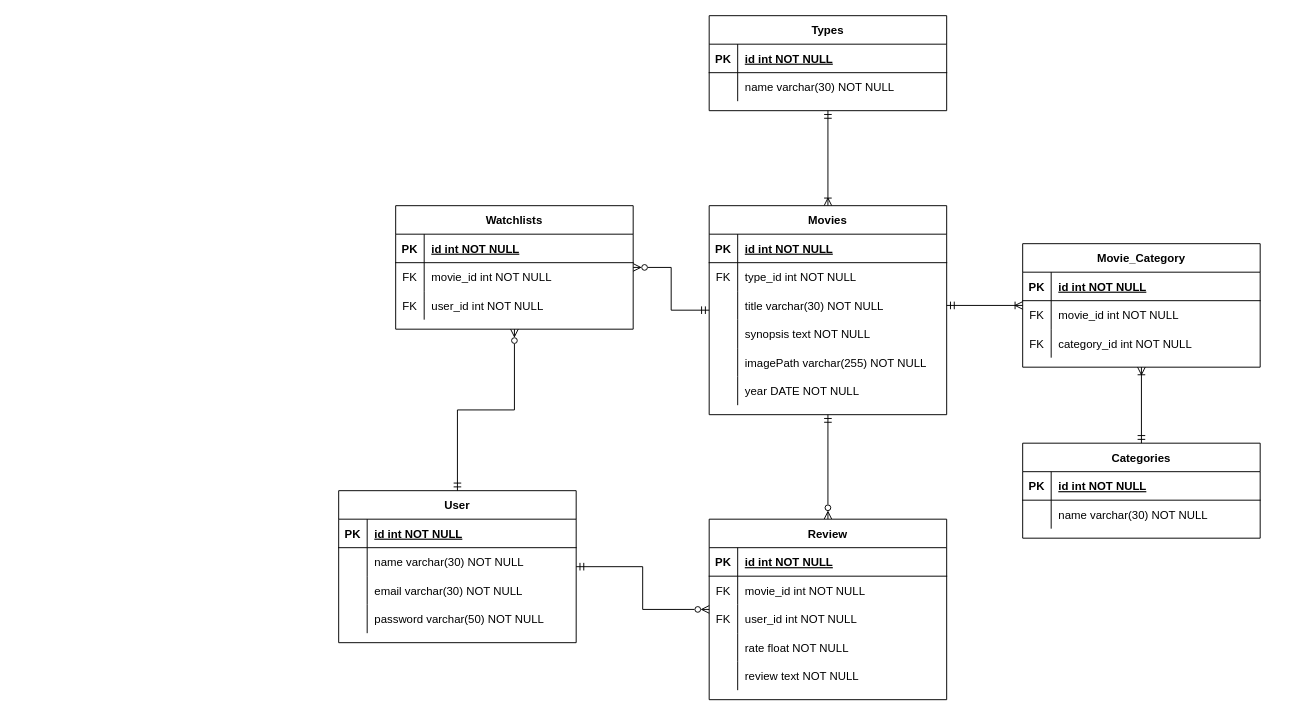
This is ERD.drawio from ardi23892/portal-film-lec, a draw.io file, before an edit. Source tidied: cells renumbered, new cells numbered last; positions are measured from the earlier drawing's top-left corner, leaving out a move shared by most shapes. Both pictures are drawn from the tidied source at 95%, with x=0, y=0 at pixel (338, 15).
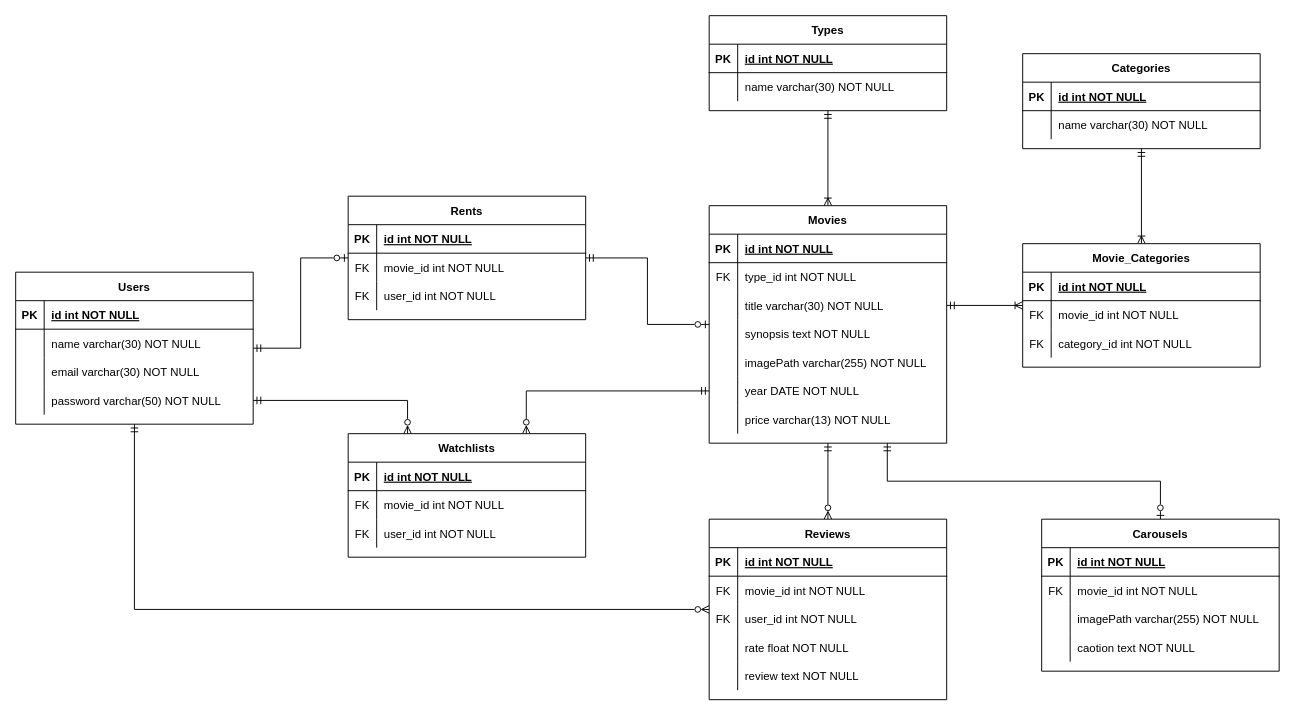
The same diagram, later.

The change refers to these unchanged cells:
```xml
<mxCell id="26" style="shape=partialRectangle;fillColor=none;top=0;left=0;bottom=0;right=0;points=[[0,0.5],[1,0.5]];portConstraint=eastwest;" parent="10" vertex="1">
  <mxGeometry y="180" width="250" height="30" as="geometry" />
</mxCell>
<mxCell id="58" style="shape=partialRectangle;fillColor=none;top=0;left=0;bottom=0;right=0;points=[[0,0.5],[1,0.5]];portConstraint=eastwest;" parent="48" vertex="1">
  <mxGeometry y="120" width="250" height="30" as="geometry" />
</mxCell>
```

Diff of the diagram source:
```diff
@@
     <mxCell id="2" value="Categories" style="shape=table;startSize=30;childLayout=tableLayout;rowLines=0;fontStyle=1;align=center;" parent="1" vertex="1">
-      <mxGeometry x="720" y="450" width="250" height="100" as="geometry" />
+      <mxGeometry x="720" y="40" width="250" height="100" as="geometry" />
     </mxCell>
@@
+    <mxCell id="91" style="edgeStyle=orthogonalEdgeStyle;rounded=0;jettySize=auto;html=1;startArrow=ERzeroToOne;startFill=0;endArrow=ERmandOne;endFill=0;" parent="1" edge="1" source="10" target="110">
+      <mxGeometry relative="1" as="geometry" />
+    </mxCell>
     <mxCell id="10" value="Movies" style="shape=table;startSize=30;childLayout=tableLayout;rowLines=0;fontStyle=1;align=center;" parent="1" vertex="1">
-      <mxGeometry x="390" y="200" width="250" height="220" as="geometry" />
+      <mxGeometry x="390" y="200" width="250" height="250" as="geometry" />
     </mxCell>
@@
+    <mxCell id="92" style="shape=partialRectangle;fillColor=none;top=0;left=0;bottom=0;right=0;" parent="10" vertex="1">
+      <mxGeometry y="210" width="250" height="30" as="geometry" />
+    </mxCell>
+    <mxCell id="93" style="shape=partialRectangle;fillColor=none;top=0;left=0;bottom=0;right=0;overflow=hidden;" parent="92" vertex="1">
+      <mxGeometry width="30" height="30" as="geometry" />
+    </mxCell>
+    <mxCell id="94" value="price varchar(13) NOT NULL" style="shape=partialRectangle;fillColor=none;top=0;left=0;bottom=0;right=0;align=left;spacingLeft=6;overflow=hidden;" parent="92" vertex="1">
+      <mxGeometry x="30" width="220" height="30" as="geometry" />
+    </mxCell>
@@
-    <mxCell id="38" value="Movie_Category" style="shape=table;startSize=30;childLayout=tableLayout;rowLines=0;fontStyle=1;align=center;" parent="1" vertex="1">
+    <mxCell id="38" value="Movie_Categories" style="shape=table;startSize=30;childLayout=tableLayout;rowLines=0;fontStyle=1;align=center;" parent="1" vertex="1">
       <mxGeometry x="720" y="240" width="250" height="130" as="geometry" />
     </mxCell>
@@
-    <mxCell id="48" value="User" style="shape=table;startSize=30;childLayout=tableLayout;rowLines=0;fontStyle=1;align=center;" parent="1" vertex="1">
-      <mxGeometry y="500" width="250" height="160" as="geometry" />
+    <mxCell id="48" value="Users" style="shape=table;startSize=30;childLayout=tableLayout;rowLines=0;fontStyle=1;align=center;" parent="1" vertex="1">
+      <mxGeometry x="-340" y="270" width="250" height="160" as="geometry" />
     </mxCell>
@@
-    <mxCell id="61" style="edgeStyle=orthogonalEdgeStyle;rounded=0;jettySize=auto;html=1;startArrow=ERzeroToMany;startFill=0;endArrow=ERmandOne;endFill=0;" parent="1" edge="1" source="63" target="10">
+    <mxCell id="61" style="edgeStyle=orthogonalEdgeStyle;rounded=0;jettySize=auto;html=1;startArrow=ERzeroToMany;startFill=0;endArrow=ERmandOne;endFill=0;entryX=0;entryY=0.5;entryDx=0;entryDy=0;exitX=0.75;exitY=0;exitDx=0;exitDy=0;" parent="1" edge="1" source="63" target="26">
       <mxGeometry relative="1" as="geometry" />
     </mxCell>
-    <mxCell id="62" style="edgeStyle=orthogonalEdgeStyle;rounded=0;jettySize=auto;html=1;startArrow=ERzeroToMany;startFill=0;endArrow=ERmandOne;endFill=0;" parent="1" edge="1" source="63" target="48">
+    <mxCell id="62" style="edgeStyle=orthogonalEdgeStyle;rounded=0;jettySize=auto;html=1;startArrow=ERzeroToMany;startFill=0;endArrow=ERmandOne;endFill=0;entryX=1;entryY=0.5;entryDx=0;entryDy=0;exitX=0.25;exitY=0;exitDx=0;exitDy=0;" parent="1" edge="1" source="63" target="58">
       <mxGeometry relative="1" as="geometry" />
     </mxCell>
     <mxCell id="63" value="Watchlists" style="shape=table;startSize=30;childLayout=tableLayout;rowLines=0;fontStyle=1;align=center;" parent="1" vertex="1">
-      <mxGeometry x="60" y="200" width="250" height="130" as="geometry" />
+      <mxGeometry x="10" y="440" width="250" height="130" as="geometry" />
     </mxCell>
@@
-    <mxCell id="75" value="Review" style="shape=table;startSize=30;childLayout=tableLayout;rowLines=0;fontStyle=1;align=center;" parent="1" vertex="1">
+    <mxCell id="75" value="Reviews" style="shape=table;startSize=30;childLayout=tableLayout;rowLines=0;fontStyle=1;align=center;" parent="1" vertex="1">
       <mxGeometry x="390" y="530" width="250" height="190" as="geometry" />
     </mxCell>
@@
+    <mxCell id="95" style="edgeStyle=orthogonalEdgeStyle;rounded=0;jettySize=auto;html=1;startArrow=ERzeroToOne;startFill=0;endArrow=ERmandOne;endFill=0;entryX=0.75;entryY=1;entryDx=0;entryDy=0;exitX=0.5;exitY=0;exitDx=0;exitDy=0;" parent="1" edge="1" source="96" target="10">
+      <mxGeometry relative="1" as="geometry" />
+    </mxCell>
+    <mxCell id="96" value="Carousels" style="shape=table;startSize=30;childLayout=tableLayout;rowLines=0;fontStyle=1;align=center;" parent="1" vertex="1">
+      <mxGeometry x="740" y="530" width="250" height="160" as="geometry" />
+    </mxCell>
+    <mxCell id="97" style="shape=partialRectangle;fillColor=none;top=0;left=0;right=0;bottom=1;" parent="96" vertex="1">
+      <mxGeometry y="30" width="250" height="30" as="geometry" />
+    </mxCell>
+    <mxCell id="98" value="PK" style="shape=partialRectangle;overflow=hidden;fillColor=none;top=0;left=0;bottom=0;right=0;fontStyle=1;" parent="97" vertex="1">
+      <mxGeometry width="30" height="30" as="geometry" />
+    </mxCell>
+    <mxCell id="99" value="id int NOT NULL " style="shape=partialRectangle;overflow=hidden;fillColor=none;top=0;left=0;bottom=0;right=0;align=left;spacingLeft=6;fontStyle=5;" parent="97" vertex="1">
+      <mxGeometry x="30" width="220" height="30" as="geometry" />
+    </mxCell>
+    <mxCell id="100" style="shape=partialRectangle;fillColor=none;top=0;left=0;bottom=0;right=0;" parent="96" vertex="1">
+      <mxGeometry y="60" width="250" height="30" as="geometry" />
+    </mxCell>
+    <mxCell id="101" value="FK" style="shape=partialRectangle;fillColor=none;top=0;left=0;bottom=0;right=0;fontStyle=0;overflow=hidden;" parent="100" vertex="1">
+      <mxGeometry width="30" height="30" as="geometry" />
+    </mxCell>
+    <mxCell id="102" value="movie_id int NOT NULL" style="shape=partialRectangle;fillColor=none;top=0;left=0;bottom=0;right=0;align=left;spacingLeft=6;fontStyle=0;overflow=hidden;" parent="100" vertex="1">
+      <mxGeometry x="30" width="220" height="30" as="geometry" />
+    </mxCell>
+    <mxCell id="103" style="shape=partialRectangle;fillColor=none;top=0;left=0;right=0;bottom=0;" parent="96" vertex="1">
+      <mxGeometry y="90" width="250" height="30" as="geometry" />
+    </mxCell>
+    <mxCell id="104" style="shape=partialRectangle;overflow=hidden;fillColor=none;top=0;left=0;bottom=0;right=0;" parent="103" vertex="1">
+      <mxGeometry width="30" height="30" as="geometry" />
+    </mxCell>
+    <mxCell id="105" value="imagePath varchar(255) NOT NULL" style="shape=partialRectangle;overflow=hidden;fillColor=none;top=0;left=0;bottom=0;right=0;align=left;spacingLeft=6;" parent="103" vertex="1">
+      <mxGeometry x="30" width="220" height="30" as="geometry" />
+    </mxCell>
+    <mxCell id="106" style="shape=partialRectangle;fillColor=none;top=0;left=0;bottom=0;right=0;" parent="96" vertex="1">
+      <mxGeometry y="120" width="250" height="30" as="geometry" />
+    </mxCell>
+    <mxCell id="107" style="shape=partialRectangle;fillColor=none;top=0;left=0;bottom=0;right=0;overflow=hidden;" parent="106" vertex="1">
+      <mxGeometry width="30" height="30" as="geometry" />
+    </mxCell>
+    <mxCell id="108" value="caotion text NOT NULL" style="shape=partialRectangle;fillColor=none;top=0;left=0;bottom=0;right=0;align=left;spacingLeft=6;overflow=hidden;" parent="106" vertex="1">
+      <mxGeometry x="30" width="220" height="30" as="geometry" />
+    </mxCell>
+    <mxCell id="109" style="edgeStyle=orthogonalEdgeStyle;rounded=0;jettySize=auto;html=1;startArrow=ERzeroToOne;startFill=0;endArrow=ERmandOne;endFill=0;" parent="1" edge="1" source="110" target="48">
+      <mxGeometry relative="1" as="geometry" />
+    </mxCell>
+    <mxCell id="110" value="Rents" style="shape=table;startSize=30;childLayout=tableLayout;rowLines=0;fontStyle=1;align=center;" parent="1" vertex="1">
+      <mxGeometry x="10" y="190" width="250" height="130" as="geometry" />
+    </mxCell>
+    <mxCell id="111" style="shape=partialRectangle;fillColor=none;top=0;left=0;right=0;bottom=1;" parent="110" vertex="1">
+      <mxGeometry y="30" width="250" height="30" as="geometry" />
+    </mxCell>
+    <mxCell id="112" value="PK" style="shape=partialRectangle;overflow=hidden;fillColor=none;top=0;left=0;bottom=0;right=0;fontStyle=1;" parent="111" vertex="1">
+      <mxGeometry width="30" height="30" as="geometry" />
+    </mxCell>
+    <mxCell id="113" value="id int NOT NULL " style="shape=partialRectangle;overflow=hidden;fillColor=none;top=0;left=0;bottom=0;right=0;align=left;spacingLeft=6;fontStyle=5;" parent="111" vertex="1">
+      <mxGeometry x="30" width="220" height="30" as="geometry" />
+    </mxCell>
+    <mxCell id="114" style="shape=partialRectangle;fillColor=none;top=0;left=0;bottom=0;right=0;" parent="110" vertex="1">
+      <mxGeometry y="60" width="250" height="30" as="geometry" />
+    </mxCell>
+    <mxCell id="115" value="FK" style="shape=partialRectangle;fillColor=none;top=0;left=0;bottom=0;right=0;fontStyle=0;overflow=hidden;" parent="114" vertex="1">
+      <mxGeometry width="30" height="30" as="geometry" />
+    </mxCell>
+    <mxCell id="116" value="movie_id int NOT NULL" style="shape=partialRectangle;fillColor=none;top=0;left=0;bottom=0;right=0;align=left;spacingLeft=6;fontStyle=0;overflow=hidden;" parent="114" vertex="1">
+      <mxGeometry x="30" width="220" height="30" as="geometry" />
+    </mxCell>
+    <mxCell id="117" style="shape=partialRectangle;fillColor=none;top=0;left=0;bottom=0;right=0;" parent="110" vertex="1">
+      <mxGeometry y="90" width="250" height="30" as="geometry" />
+    </mxCell>
+    <mxCell id="118" value="FK" style="shape=partialRectangle;fillColor=none;top=0;left=0;bottom=0;right=0;fontStyle=0;overflow=hidden;" parent="117" vertex="1">
+      <mxGeometry width="30" height="30" as="geometry" />
+    </mxCell>
+    <mxCell id="119" value="user_id int NOT NULL" style="shape=partialRectangle;fillColor=none;top=0;left=0;bottom=0;right=0;align=left;spacingLeft=6;fontStyle=0;overflow=hidden;" parent="117" vertex="1">
+      <mxGeometry x="30" width="220" height="30" as="geometry" />
+    </mxCell>
```
